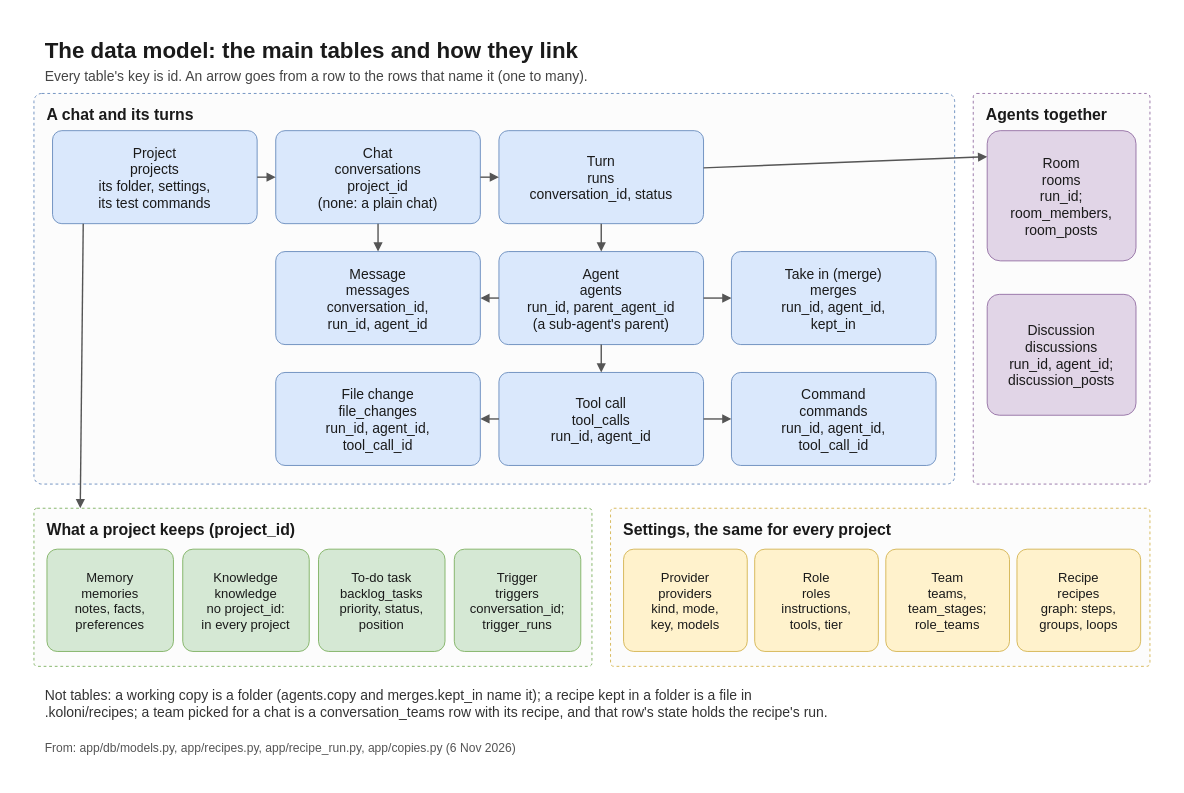
The draw.io diagram docs/diagrams/data-model.drawio in flyingriverhorse/Koloni, before the edit. Source tidied: cells renumbered, new cells numbered last; positions are measured from the earlier drawing's top-left corner, leaving out a move shared by most shapes. Both pictures are drawn from the tidied source at 93%, with x=0, y=0 at pixel (15, 15).
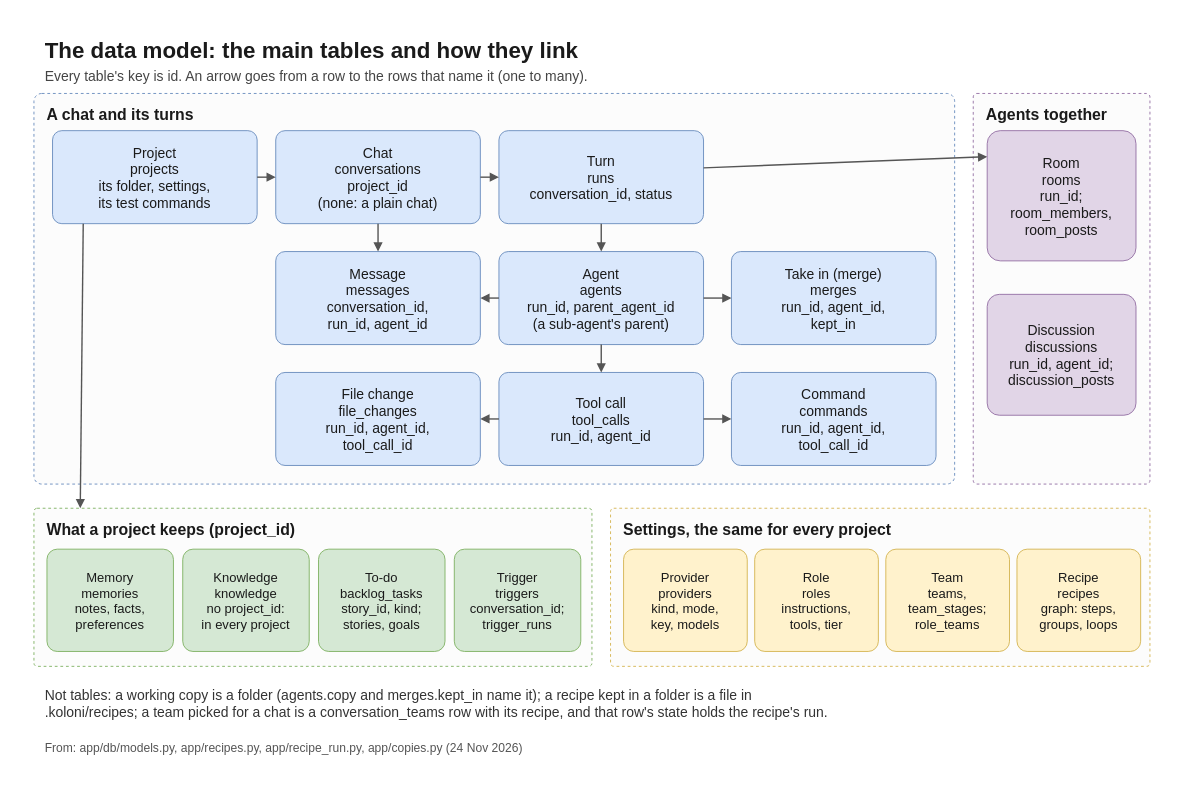
After the change.

The edit, as a diff of the source:
```diff
@@
-    <mxCell id="31" value="To-do task&#10;backlog_tasks&#10;priority, status,&#10;position" style="rounded=1;arcSize=10;fillColor=#d5e8d4;strokeColor=#82b366;fontFamily=Helvetica;fontColor=#1a1a1a;fontSize=14;spacing=6;" parent="1" vertex="1">
+    <mxCell id="31" value="To-do&#10;backlog_tasks&#10;story_id, kind;&#10;stories, goals" style="rounded=1;arcSize=10;fillColor=#d5e8d4;strokeColor=#82b366;fontFamily=Helvetica;fontColor=#1a1a1a;fontSize=14;spacing=6;" parent="1" vertex="1">
       <mxGeometry x="326" y="574" width="136" height="110" as="geometry" />
     </mxCell>
@@
-    <mxCell id="40" value="From: app/db/models.py, app/recipes.py, app/recipe_run.py, app/copies.py (6 Nov 2026)" style="text;strokeColor=none;fillColor=none;fontFamily=Helvetica;fontColor=#555555;fontSize=13;align=left;verticalAlign=top;" parent="1" vertex="1">
+    <mxCell id="40" value="From: app/db/models.py, app/recipes.py, app/recipe_run.py, app/copies.py (24 Nov 2026)" style="text;strokeColor=none;fillColor=none;fontFamily=Helvetica;fontColor=#555555;fontSize=13;align=left;verticalAlign=top;" parent="1" vertex="1">
       <mxGeometry x="30" y="774" width="1180" height="40" as="geometry" />
     </mxCell>
```
